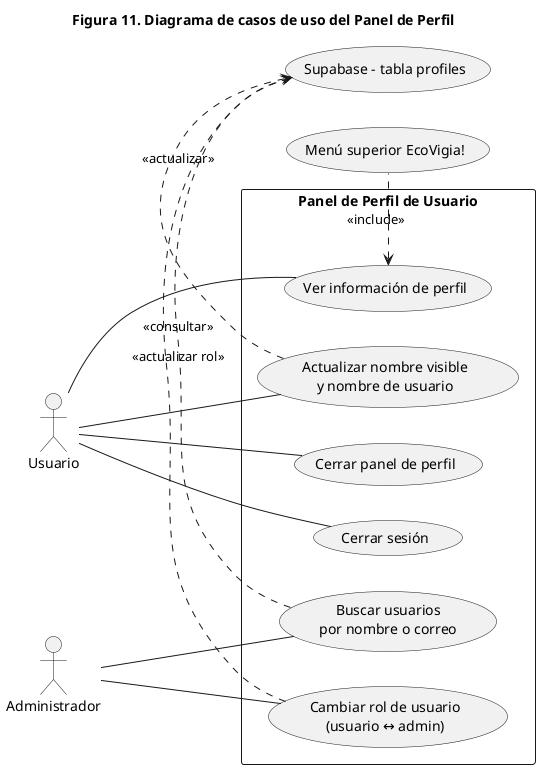
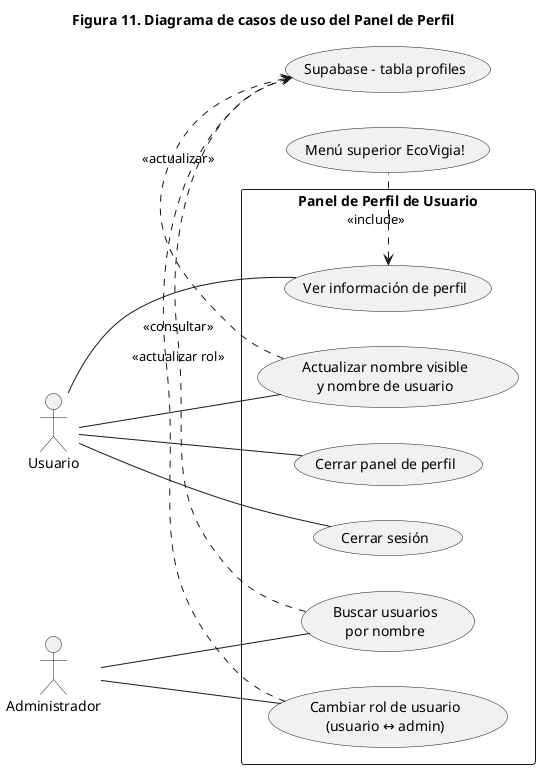
@startuml
left to right direction
title Figura 11. Diagrama de casos de uso del Panel de Perfil
actor "Usuario" as user
actor "Administrador" as admin

rectangle "Panel de Perfil de Usuario\n\n" {
  usecase "Ver información de perfil" as UC_VIEW_PROFILE
  usecase "Actualizar nombre visible\ny nombre de usuario" as UC_UPDATE_PROFILE
  usecase "Cerrar panel de perfil" as UC_CLOSE_PANEL
  usecase "Cerrar sesión" as UC_SIGN_OUT

-   usecase "Buscar usuarios\npor nombre o correo" as UC_SEARCH_USERS
+   usecase "Buscar usuarios\npor nombre" as UC_SEARCH_USERS
  usecase "Cambiar rol de usuario\n(usuario ↔ admin)" as UC_CHANGE_ROLE
}

user -- UC_VIEW_PROFILE
user -- UC_UPDATE_PROFILE
user -- UC_CLOSE_PANEL
user -- UC_SIGN_OUT

admin -- UC_SEARCH_USERS
admin -- UC_CHANGE_ROLE

UC_VIEW_PROFILE <. (Menú superior EcoVigia!) : <<include>>
UC_UPDATE_PROFILE .> (Supabase - tabla profiles) : <<actualizar>>
UC_SEARCH_USERS .> (Supabase - tabla profiles) : <<consultar>>
UC_CHANGE_ROLE .> (Supabase - tabla profiles) : <<actualizar rol>>
@enduml
